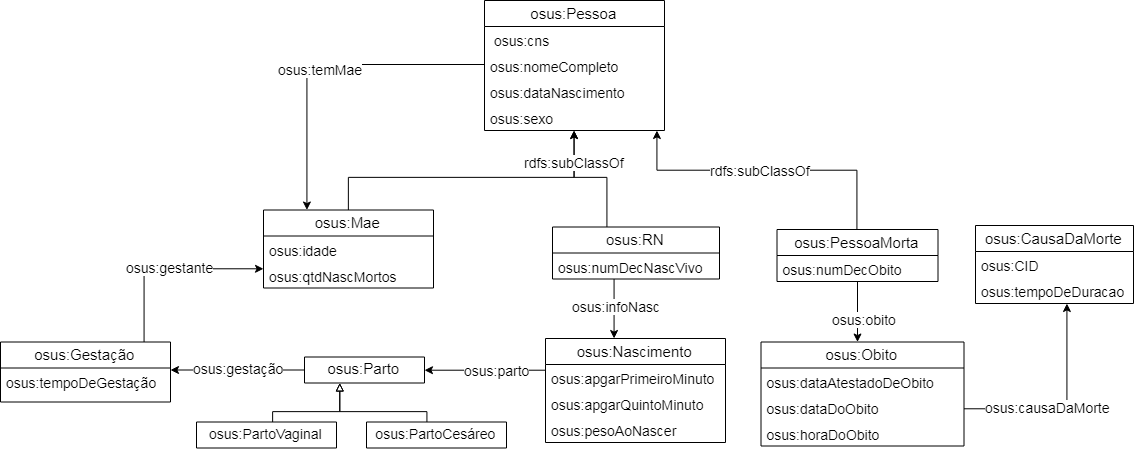
This is img/ontologiadominio.png from semanticSUS/semanticSUS, a draw.io export, as it was before one commit. Source tidied: cells renumbered, new cells last; positions are measured from the earlier drawing's top-left corner, leaving out a move shared by most shapes.
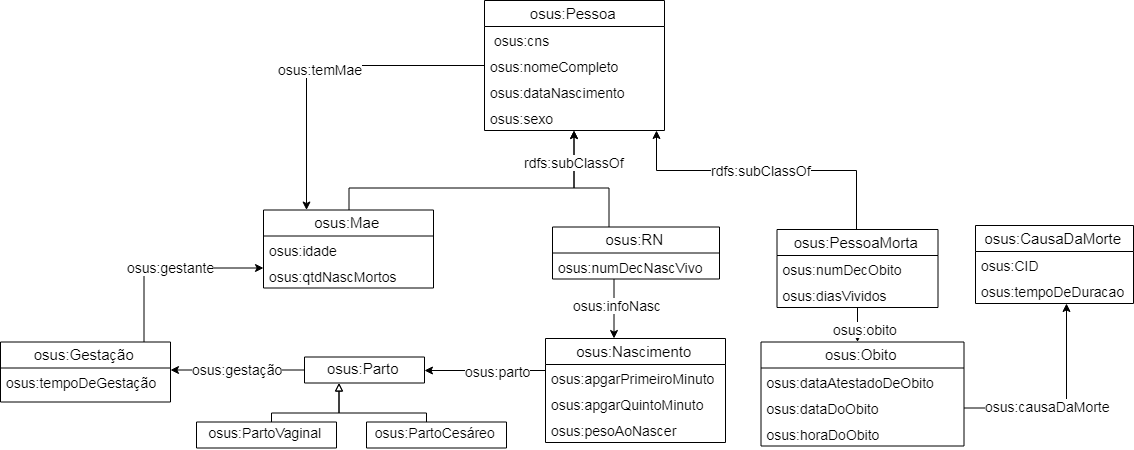
Above is the later version.

Diff of the diagram source:
```diff
@@ -30,8 +30,8 @@
     <mxCell id="6" style="edgeStyle=orthogonalEdgeStyle;rounded=0;html=1;jettySize=auto;endArrow=classic;endFill=1;fontSize=14;" parent="1" edge="1" source="21" target="27">
       <mxGeometry relative="1" as="geometry">
         <Array as="points">
-          <mxPoint x="348" y="177" />
-          <mxPoint x="574" y="177" />
+          <mxPoint x="348" y="188" />
+          <mxPoint x="574" y="188" />
         </Array>
       </mxGeometry>
     </mxCell>
@@ -89,8 +89,8 @@
     <mxCell id="20" style="edgeStyle=orthogonalEdgeStyle;rounded=0;html=1;jettySize=auto;endArrow=classic;endFill=1;fontSize=14;" parent="1" edge="1" source="7" target="27">
       <mxGeometry relative="1" as="geometry">
         <Array as="points">
-          <mxPoint x="607" y="177" />
-          <mxPoint x="574" y="177" />
+          <mxPoint x="608" y="188" />
+          <mxPoint x="574" y="188" />
         </Array>
       </mxGeometry>
     </mxCell>
@@ -141,7 +141,7 @@
     <mxCell id="34" value="osus:tempoDeDuracao&#10;" style="text;strokeColor=none;fillColor=none;align=left;verticalAlign=top;spacingLeft=4;spacingRight=4;overflow=hidden;fontSize=14;" parent="32" vertex="1">
       <mxGeometry y="52" width="158" height="26" as="geometry" />
     </mxCell>
-    <mxCell id="35" style="edgeStyle=orthogonalEdgeStyle;rounded=0;html=1;jettySize=auto;fontSize=14;" parent="1" edge="1" source="37" target="41">
+    <mxCell id="35" style="edgeStyle=orthogonalEdgeStyle;rounded=0;html=1;jettySize=auto;fontSize=14;" parent="1" edge="1" source="37" target="42">
       <mxGeometry relative="1" as="geometry">
         <Array as="points">
           <mxPoint x="862" y="398.5" />
@@ -155,73 +155,76 @@
       </mxGeometry>
     </mxCell>
     <mxCell id="37" value="osus:PessoaMorta" style="swimlane;fontStyle=0;horizontal=1;startSize=26;fillColor=#ffffff;fontSize=15;" parent="1" vertex="1">
-      <mxGeometry x="776.5" y="229" width="161" height="52" as="geometry" />
+      <mxGeometry x="776.5" y="229" width="161" height="78" as="geometry" />
     </mxCell>
     <mxCell id="38" value="osus:numDecObito" style="text;strokeColor=none;fillColor=none;align=left;verticalAlign=top;spacingLeft=4;spacingRight=4;overflow=hidden;fontSize=14;" parent="37" vertex="1">
       <mxGeometry y="26" width="161" height="26" as="geometry" />
     </mxCell>
-    <mxCell id="39" style="edgeStyle=orthogonalEdgeStyle;rounded=0;html=1;jettySize=auto;fontSize=14;" parent="1" edge="1" source="41" target="32">
-      <mxGeometry relative="1" as="geometry">
-        <Array as="points">
-          <mxPoint x="1066" y="408.5" />
-        </Array>
-      </mxGeometry>
+    <mxCell id="39" value="osus:diasVividos" style="text;strokeColor=none;fillColor=none;align=left;verticalAlign=top;spacingLeft=4;spacingRight=4;overflow=hidden;fontSize=14;" parent="37" vertex="1">
+      <mxGeometry y="52" width="161" height="26" as="geometry" />
     </mxCell>
-    <mxCell id="40" value="osus:causaDaMorte" style="text;html=1;align=center;verticalAlign=middle;labelBackgroundColor=#ffffff;fontSize=14;" parent="39" vertex="1">
-      <mxGeometry x="-0.28" y="-3" relative="1" as="geometry">
-        <mxPoint x="8" y="-5.5" as="offset" />
+    <mxCell id="40" style="edgeStyle=orthogonalEdgeStyle;rounded=0;html=1;jettySize=auto;fontSize=14;" parent="1" edge="1" source="42" target="32">
+      <mxGeometry relative="1" as="geometry">
+        <Array as="points">
+          <mxPoint x="1066" y="408.5" />
+        </Array>
       </mxGeometry>
     </mxCell>
-    <mxCell id="41" value="osus:Obito" style="swimlane;fontStyle=0;horizontal=1;startSize=26;fillColor=#ffffff;fontSize=15;" parent="1" vertex="1">
-      <mxGeometry x="760.5" y="341.5" width="203" height="104" as="geometry" />
+    <mxCell id="41" value="osus:causaDaMorte" style="text;html=1;points=[];align=center;verticalAlign=middle;labelBackgroundColor=#ffffff;fontSize=14;" parent="40" vertex="1">
+      <mxGeometry x="-0.28" y="-3" relative="1" as="geometry">
+        <mxPoint x="8" y="-5.5" as="offset" />
+      </mxGeometry>
     </mxCell>
-    <mxCell id="42" value="osus:dataAtestadoDeObito&#10;" style="text;strokeColor=none;fillColor=none;align=left;verticalAlign=top;spacingLeft=4;spacingRight=4;overflow=hidden;points=[[0,0.5],[1,0.5]];portConstraint=eastwest;fontSize=14;" parent="41" vertex="1">
-      <mxGeometry y="26" width="203" height="26" as="geometry" />
+    <mxCell id="42" value="osus:Obito" style="swimlane;fontStyle=0;horizontal=1;startSize=26;fillColor=#ffffff;fontSize=15;" parent="1" vertex="1">
+      <mxGeometry x="760.5" y="341.5" width="203" height="104" as="geometry" />
     </mxCell>
-    <mxCell id="43" value="osus:dataDoObito&#10;" style="text;strokeColor=none;fillColor=none;align=left;verticalAlign=top;spacingLeft=4;spacingRight=4;overflow=hidden;fontSize=14;" parent="41" vertex="1">
-      <mxGeometry y="52" width="203" height="26" as="geometry" />
+    <mxCell id="43" value="osus:dataAtestadoDeObito&#10;" style="text;strokeColor=none;fillColor=none;align=left;verticalAlign=top;spacingLeft=4;spacingRight=4;overflow=hidden;fontSize=14;" parent="42" vertex="1">
+      <mxGeometry y="26" width="203" height="26" as="geometry" />
     </mxCell>
-    <mxCell id="44" value="osus:horaDoObito&#10;" style="text;strokeColor=none;fillColor=none;align=left;verticalAlign=top;spacingLeft=4;spacingRight=4;overflow=hidden;fontSize=14;" parent="41" vertex="1">
-      <mxGeometry y="78" width="203" height="26" as="geometry" />
+    <mxCell id="44" value="osus:dataDoObito&#10;" style="text;strokeColor=none;fillColor=none;align=left;verticalAlign=top;spacingLeft=4;spacingRight=4;overflow=hidden;fontSize=14;" parent="42" vertex="1">
+      <mxGeometry y="52" width="203" height="26" as="geometry" />
     </mxCell>
-    <mxCell id="45" style="edgeStyle=orthogonalEdgeStyle;rounded=0;html=1;endArrow=block;endFill=0;jettySize=auto;fontSize=14;" parent="1" edge="1" source="26" target="15">
-      <mxGeometry relative="1" as="geometry">
-        <Array as="points">
-          <mxPoint x="426" y="411.5" />
-          <mxPoint x="339" y="411.5" />
-        </Array>
-      </mxGeometry>
+    <mxCell id="45" value="osus:horaDoObito&#10;" style="text;strokeColor=none;fillColor=none;align=left;verticalAlign=top;spacingLeft=4;spacingRight=4;overflow=hidden;fontSize=14;" parent="42" vertex="1">
+      <mxGeometry y="78" width="203" height="26" as="geometry" />
     </mxCell>
-    <mxCell id="46" style="edgeStyle=orthogonalEdgeStyle;rounded=0;html=1;jettySize=auto;endArrow=classic;endFill=1;fontSize=14;" parent="1" edge="1" source="37" target="27">
+    <mxCell id="46" style="edgeStyle=orthogonalEdgeStyle;rounded=0;html=1;endArrow=block;endFill=0;jettySize=auto;fontSize=14;" parent="1" edge="1" source="26" target="15">
       <mxGeometry relative="1" as="geometry">
         <Array as="points">
-          <mxPoint x="857" y="169" />
-          <mxPoint x="656" y="169" />
+          <mxPoint x="426" y="411.5" />
+          <mxPoint x="339" y="411.5" />
         </Array>
       </mxGeometry>
     </mxCell>
-    <mxCell id="47" style="edgeStyle=orthogonalEdgeStyle;rounded=0;html=1;jettySize=auto;fontSize=14;" parent="1" edge="1" source="9" target="15">
+    <mxCell id="47" style="edgeStyle=orthogonalEdgeStyle;rounded=0;html=1;jettySize=auto;endArrow=classic;endFill=1;fontSize=14;" parent="1" edge="1" source="37" target="27">
       <mxGeometry relative="1" as="geometry">
         <Array as="points">
-          <mxPoint x="500" y="369.5" />
-          <mxPoint x="500" y="369.5" />
+          <mxPoint x="857" y="169" />
+          <mxPoint x="656" y="169" />
         </Array>
       </mxGeometry>
     </mxCell>
-    <mxCell id="48" value="osus:parto" style="text;html=1;align=center;verticalAlign=middle;labelBackgroundColor=#ffffff;fontSize=14;" parent="47" vertex="1">
-      <mxGeometry x="0.5" y="21" relative="1" as="geometry">
-        <mxPoint x="41" y="-21.5" as="offset" />
+    <mxCell id="48" style="edgeStyle=orthogonalEdgeStyle;rounded=0;html=1;jettySize=auto;fontSize=14;" parent="1" edge="1" source="9" target="15">
+      <mxGeometry relative="1" as="geometry">
+        <Array as="points">
+          <mxPoint x="500" y="369.5" />
+          <mxPoint x="500" y="369.5" />
+        </Array>
       </mxGeometry>
     </mxCell>
-    <mxCell id="49" value="rdfs:subClassOf" style="text;html=1;align=center;verticalAlign=middle;labelBackgroundColor=#ffffff;fontSize=14;" parent="1" vertex="1">
-      <mxGeometry x="574.2" y="172.8" as="geometry">
-        <mxPoint x="-1" y="-12" as="offset" />
+    <mxCell id="49" value="osus:parto" style="text;html=1;align=center;verticalAlign=middle;labelBackgroundColor=#ffffff;fontSize=14;" parent="48" vertex="1">
+      <mxGeometry x="0.5" y="21" relative="1" as="geometry">
+        <mxPoint x="41" y="-21.5" as="offset" />
       </mxGeometry>
     </mxCell>
     <mxCell id="50" value="rdfs:subClassOf" style="text;html=1;align=center;verticalAlign=middle;labelBackgroundColor=#ffffff;fontSize=14;" parent="1" vertex="1">
-      <mxGeometry x="760.7" y="180.8" as="geometry">
+      <mxGeometry x="574.2" y="172.8" as="geometry">
         <mxPoint x="-1" y="-12" as="offset" />
       </mxGeometry>
     </mxCell>
+    <mxCell id="51" value="rdfs:subClassOf" style="text;html=1;align=center;verticalAlign=middle;labelBackgroundColor=#ffffff;fontSize=14;" parent="1" vertex="1">
+      <mxGeometry x="760.7" y="180.8" as="geometry">
+        <mxPoint x="-1" y="-12" as="offset" />
+      </mxGeometry>
+    </mxCell>
   </root>
 </mxGraphModel>
```
